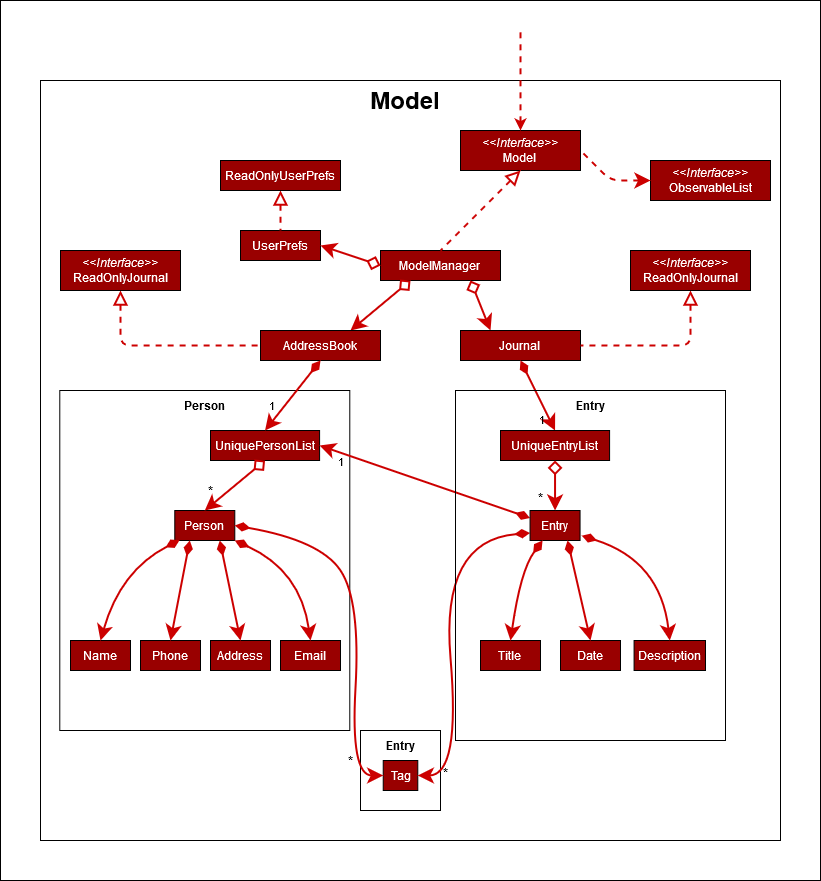
This is docs/images/ModelClassDiagram.png from zhXchD/tp, a PlantUML export, as it was before one commit. Its source is kept beside it as docs/diagrams/ModelClassDiagram.puml.
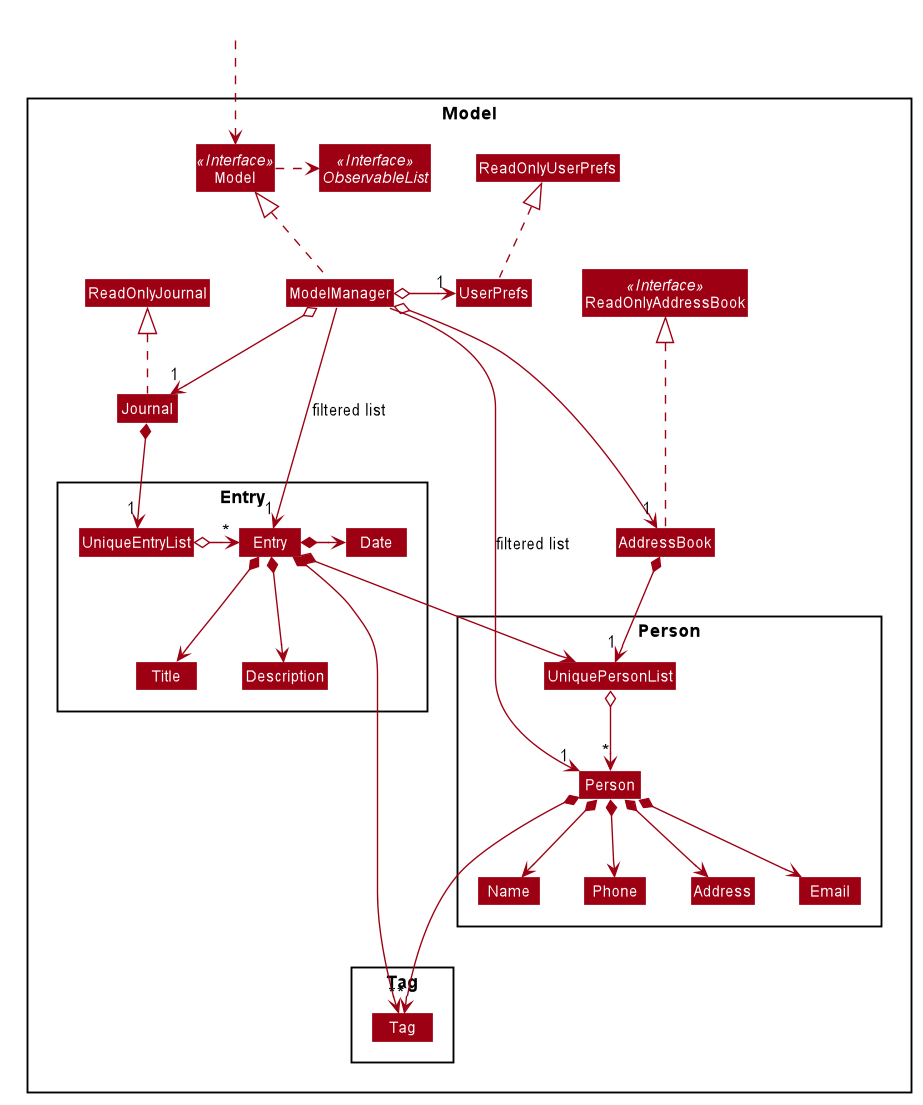
After the change.

What changed in the source:
```diff
@@ -55,19 +55,20 @@
 
 AddressBook *--> "1" UniquePersonList
 UniquePersonList o--> "*" Person
+Person *--> "*" Tag
 Person *--> Name
 Person *--> Phone
 Person *--> Email
 Person *--> Address
-Person *--> "*" Tag
 
 Journal *--> "1" UniqueEntryList
-UniqueEntryList o--> "*" Entry
+UniqueEntryList o-> "*" Entry
+Entry *--> UniquePersonList
+Entry *-----> "*" Tag
 Entry *--> Title
 Entry *--> Description
-Entry *--> Date
-Entry *-> UniquePersonList
-Entry *--> "*" Tag
+Entry *-> Date
+
 
 
 Name -[hidden]right-> Phone
```
